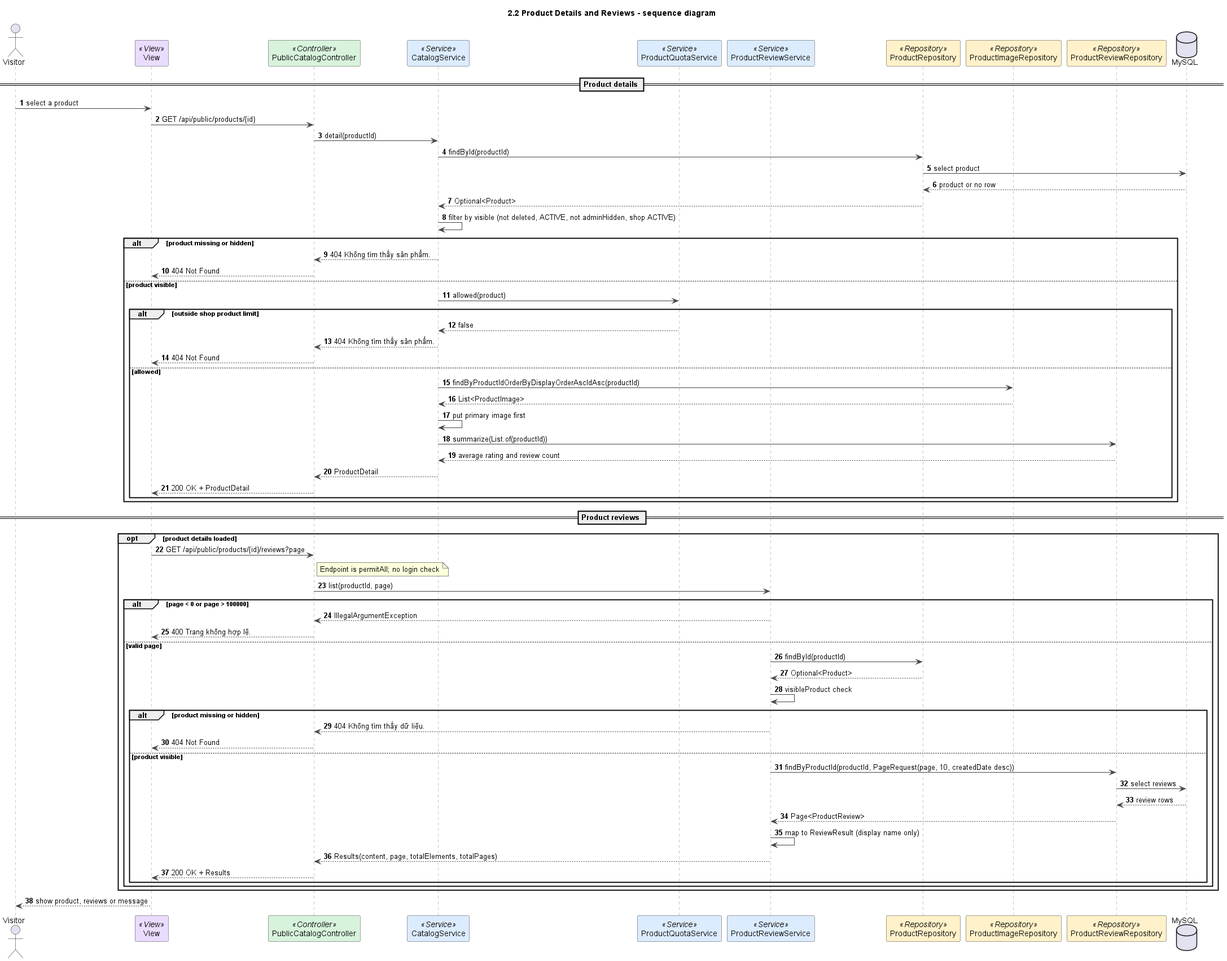
The PlantUML diagram docs/sds/2.2-product-details-sequence.png in duckpao/FlowerShop_SWP391, before a commit. Its diagram source:
```plantuml
@startuml
title 2.2 Product Details and Reviews - sequence diagram
autonumber
skinparam shadowing false
skinparam defaultFontName Arial
skinparam wrapWidth 240
skinparam ArrowColor #444444
skinparam sequenceMessageAlign left
skinparam sequence {
  LifeLineBorderColor #888888
  ParticipantBorderColor #444444
  ParticipantBackgroundColor #FFFFFF
}

actor Visitor as U
participant "View" as V <<View>> #EADCFF
participant PublicCatalogController as C <<Controller>> #D8F3DC
participant CatalogService as S <<Service>> #DCECFF
participant ProductQuotaService as Q <<Service>> #DCECFF
participant ProductReviewService as RS <<Service>> #DCECFF
participant ProductRepository as R <<Repository>> #FFF1C9
participant ProductImageRepository as IR <<Repository>> #FFF1C9
participant ProductReviewRepository as RR <<Repository>> #FFF1C9
database MySQL

== Product details ==
U -> V : select a product
V -> C : GET /api/public/products/{id}
C -> S : detail(productId)
S -> R : findById(productId)
R -> MySQL : select product
MySQL --> R : product or no row
R --> S : Optional<Product>
S -> S : filter by visible (not deleted, ACTIVE, not adminHidden, shop ACTIVE)
alt product missing or hidden
  S --> C : 404 Không tìm thấy sản phẩm.
  C --> V : 404 Not Found
else product visible
  S -> Q : allowed(product)
  alt outside shop product limit
    Q --> S : false
    S --> C : 404 Không tìm thấy sản phẩm.
    C --> V : 404 Not Found
  else allowed
    S -> IR : findByProductIdOrderByDisplayOrderAscIdAsc(productId)
    IR --> S : List<ProductImage>
    S -> S : put primary image first
    S -> RR : summarize(List.of(productId))
    RR --> S : average rating and review count
    S --> C : ProductDetail
    C --> V : 200 OK + ProductDetail
  end
end

== Product reviews ==
opt product details loaded
  V -> C : GET /api/public/products/{id}/reviews?page
  note right of C : Endpoint is permitAll; no login check
  C -> RS : list(productId, page)
  alt page < 0 or page > 100000
    RS --> C : IllegalArgumentException
    C --> V : 400 Trang không hợp lệ.
  else valid page
    RS -> R : findById(productId)
    R --> RS : Optional<Product>
    RS -> RS : visibleProduct check
    alt product missing or hidden
      RS --> C : 404 Không tìm thấy dữ liệu.
      C --> V : 404 Not Found
    else product visible
      RS -> RR : findByProductId(productId, PageRequest(page, 10, createdDate desc))
      RR -> MySQL : select reviews
      MySQL --> RR : review rows
      RR --> RS : Page<ProductReview>
      RS -> RS : map to ReviewResult (display name only)
      RS --> C : Results(content, page, totalElements, totalPages)
      C --> V : 200 OK + Results
    end
  end
end
V --> U : show product, reviews or message

@enduml
```
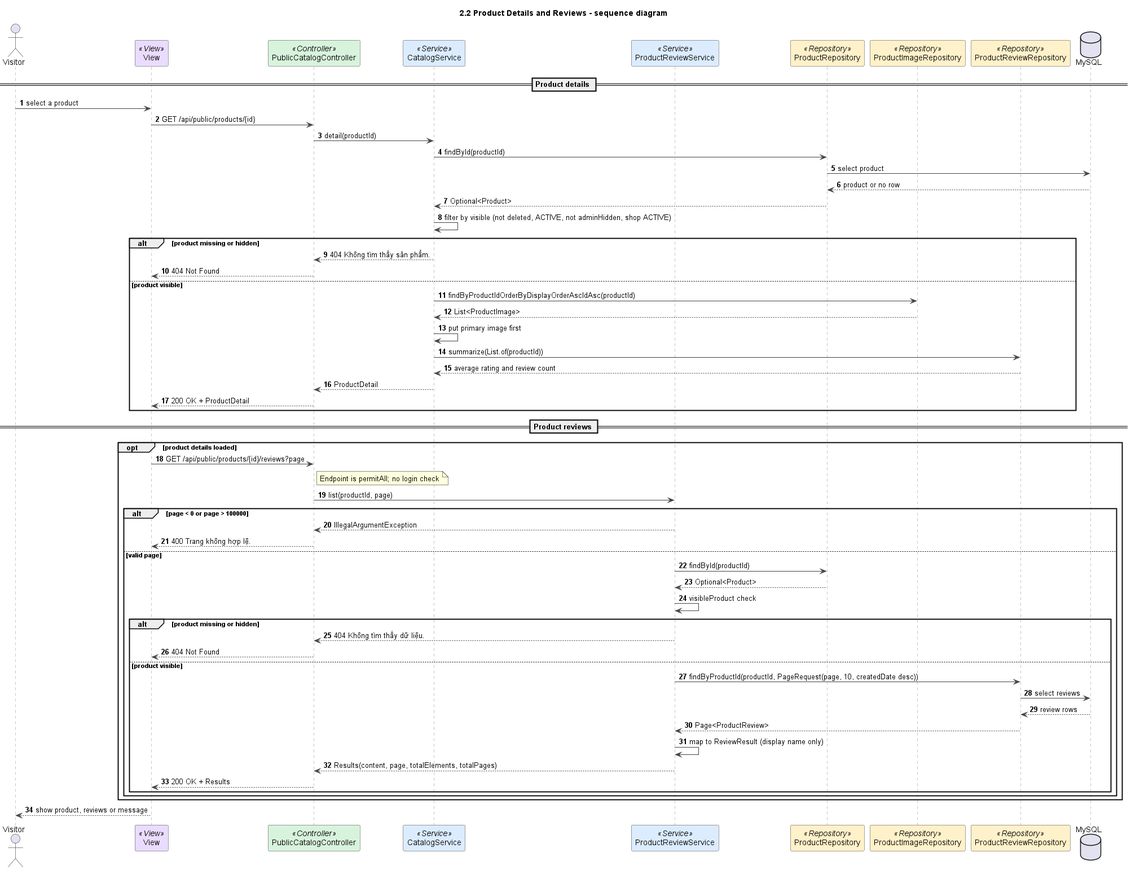
Later version of the same file.

What changed in the source:
```diff
@@ -16,7 +16,6 @@
 participant "View" as V <<View>> #EADCFF
 participant PublicCatalogController as C <<Controller>> #D8F3DC
 participant CatalogService as S <<Service>> #DCECFF
-participant ProductQuotaService as Q <<Service>> #DCECFF
 participant ProductReviewService as RS <<Service>> #DCECFF
 participant ProductRepository as R <<Repository>> #FFF1C9
 participant ProductImageRepository as IR <<Repository>> #FFF1C9
@@ -36,12 +35,6 @@
   S --> C : 404 Không tìm thấy sản phẩm.
   C --> V : 404 Not Found
 else product visible
-  S -> Q : allowed(product)
-  alt outside shop product limit
-    Q --> S : false
-    S --> C : 404 Không tìm thấy sản phẩm.
-    C --> V : 404 Not Found
-  else allowed
     S -> IR : findByProductIdOrderByDisplayOrderAscIdAsc(productId)
     IR --> S : List<ProductImage>
     S -> S : put primary image first
@@ -49,7 +42,6 @@
     RR --> S : average rating and review count
     S --> C : ProductDetail
     C --> V : 200 OK + ProductDetail
-  end
 end
 
 == Product reviews ==
```
